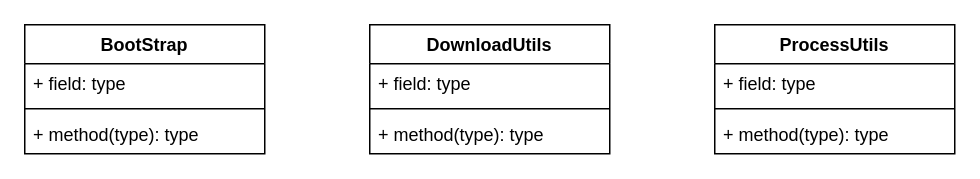
The draw.io diagram page "boot" (1 of 13) of arthas.drawio in tadsimons/draw, before the edit. Source tidied: cells renumbered, new cells numbered last; positions are measured from the earlier drawing's top-left corner, leaving out a move shared by most shapes. Both pictures are drawn from the tidied source at 150%, with x=0, y=0 at pixel (24, 24).
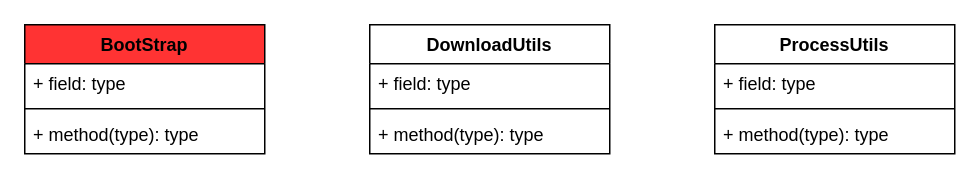
The same diagram, later.

The edit, as a diff of the source:
```diff
@@
 <mxGraphModel>
   <root>
     <mxCell id="0" />
     <mxCell id="1" parent="0" />
-    <mxCell id="2" value="BootStrap" style="swimlane;fontStyle=1;align=center;verticalAlign=top;horizontal=1;startSize=26;fillColor=#FFFFFF;" parent="1" vertex="1">
+    <mxCell id="2" value="BootStrap" style="swimlane;fontStyle=1;align=center;verticalAlign=top;horizontal=1;startSize=26;fillColor=#FF3333;" parent="1" vertex="1">
       <mxGeometry width="160" height="86" as="geometry" />
     </mxCell>
     <mxCell id="3" value="+ field: type" style="text;strokeColor=none;fillColor=none;align=left;verticalAlign=top;spacingLeft=4;spacingRight=4;overflow=hidden;" parent="2" vertex="1">
       <mxGeometry y="26" width="160" height="26" as="geometry" />
     </mxCell>
     <mxCell id="4" style="line;strokeWidth=1;fillColor=none;align=left;verticalAlign=middle;spacingTop=-1;spacingLeft=3;spacingRight=3;labelPosition=right;" parent="2" vertex="1">
       <mxGeometry y="52" width="160" height="8" as="geometry" />
     </mxCell>
     <mxCell id="5" value="+ method(type): type" style="text;strokeColor=none;fillColor=none;align=left;verticalAlign=top;spacingLeft=4;spacingRight=4;overflow=hidden;" parent="2" vertex="1">
       <mxGeometry y="60" width="160" height="26" as="geometry" />
     </mxCell>
     <mxCell id="6" value="DownloadUtils" style="swimlane;fontStyle=1;align=center;verticalAlign=top;horizontal=1;startSize=26;fillColor=#FFFFFF;" parent="1" vertex="1">
       <mxGeometry x="230" width="160" height="86" as="geometry" />
     </mxCell>
     <mxCell id="7" value="+ field: type" style="text;strokeColor=none;fillColor=none;align=left;verticalAlign=top;spacingLeft=4;spacingRight=4;overflow=hidden;" parent="6" vertex="1">
       <mxGeometry y="26" width="160" height="26" as="geometry" />
     </mxCell>
     <mxCell id="8" style="line;strokeWidth=1;fillColor=none;align=left;verticalAlign=middle;spacingTop=-1;spacingLeft=3;spacingRight=3;labelPosition=right;" parent="6" vertex="1">
       <mxGeometry y="52" width="160" height="8" as="geometry" />
     </mxCell>
     <mxCell id="9" value="+ method(type): type" style="text;strokeColor=none;fillColor=none;align=left;verticalAlign=top;spacingLeft=4;spacingRight=4;overflow=hidden;" parent="6" vertex="1">
       <mxGeometry y="60" width="160" height="26" as="geometry" />
     </mxCell>
     <mxCell id="10" value="ProcessUtils" style="swimlane;fontStyle=1;align=center;verticalAlign=top;horizontal=1;startSize=26;fillColor=#FFFFFF;" parent="1" vertex="1">
       <mxGeometry x="460" width="160" height="86" as="geometry" />
     </mxCell>
     <mxCell id="11" value="+ field: type" style="text;strokeColor=none;fillColor=none;align=left;verticalAlign=top;spacingLeft=4;spacingRight=4;overflow=hidden;" parent="10" vertex="1">
       <mxGeometry y="26" width="160" height="26" as="geometry" />
     </mxCell>
     <mxCell id="12" style="line;strokeWidth=1;fillColor=none;align=left;verticalAlign=middle;spacingTop=-1;spacingLeft=3;spacingRight=3;labelPosition=right;" parent="10" vertex="1">
       <mxGeometry y="52" width="160" height="8" as="geometry" />
     </mxCell>
     <mxCell id="13" value="+ method(type): type" style="text;strokeColor=none;fillColor=none;align=left;verticalAlign=top;spacingLeft=4;spacingRight=4;overflow=hidden;" parent="10" vertex="1">
       <mxGeometry y="60" width="160" height="26" as="geometry" />
     </mxCell>
   </root>
 </mxGraphModel>
```
